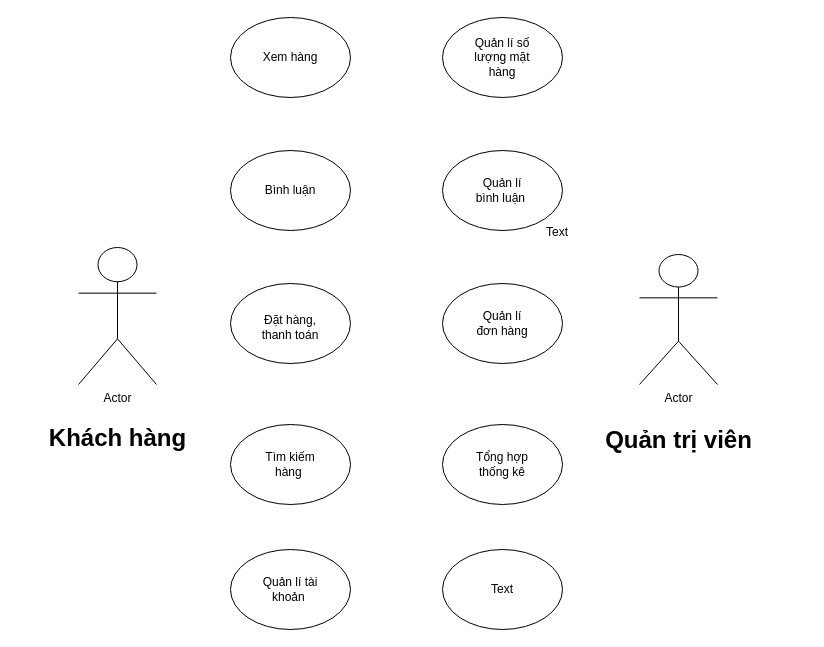
The draw.io diagram Biểu đồ không có tiêu đề.drawio in sonanhhandsome/sonanhhandsome, before the edit. Source tidied: cells renumbered, new cells numbered last; positions are measured from the earlier drawing's top-left corner, leaving out a move shared by most shapes. Both pictures are drawn from the tidied source at 100%, with x=0, y=0 at pixel (67, 17).
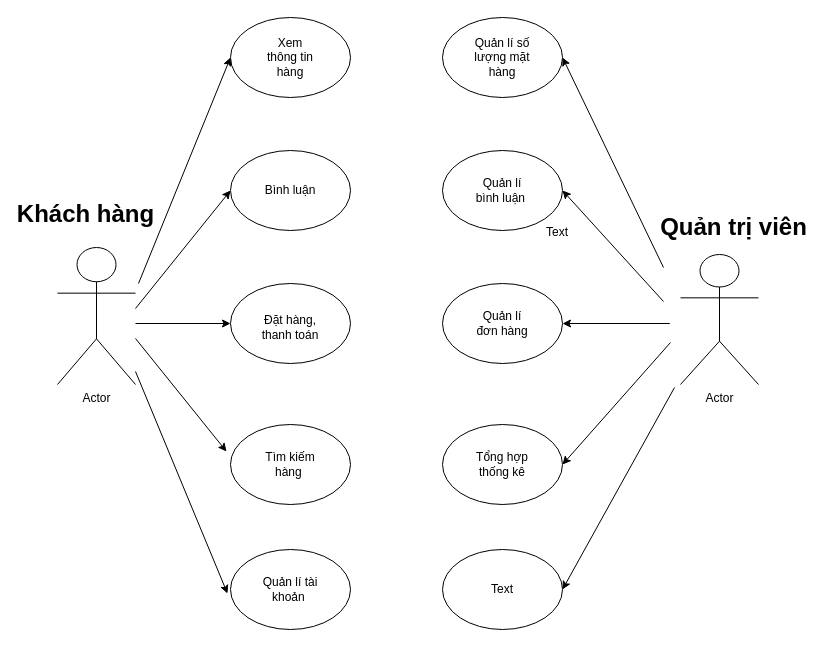
Above is the later version.

Commit message:
Cập nhật Biểu đồ không có tiêu đề.drawio

The change refers to these unchanged cells:
```xml
<mxCell id="6" style="ellipse;whiteSpace=wrap;html=1;" parent="1" vertex="1">
  <mxGeometry x="163" width="120" height="80" as="geometry" />
</mxCell>
<mxCell id="7" style="ellipse;whiteSpace=wrap;html=1;" parent="1" vertex="1">
  <mxGeometry x="163" y="133" width="120" height="80" as="geometry" />
</mxCell>
<mxCell id="8" style="ellipse;whiteSpace=wrap;html=1;" parent="1" vertex="1">
  <mxGeometry x="163" y="266" width="120" height="80" as="geometry" />
</mxCell>
<mxCell id="11" style="ellipse;whiteSpace=wrap;html=1;" parent="1" vertex="1">
  <mxGeometry x="375" width="120" height="80" as="geometry" />
</mxCell>
<mxCell id="12" style="ellipse;whiteSpace=wrap;html=1;" parent="1" vertex="1">
  <mxGeometry x="375" y="133" width="120" height="80" as="geometry" />
</mxCell>
<mxCell id="13" style="ellipse;whiteSpace=wrap;html=1;" parent="1" vertex="1">
  <mxGeometry x="375" y="266" width="120" height="80" as="geometry" />
</mxCell>
<mxCell id="14" style="ellipse;whiteSpace=wrap;html=1;" parent="1" vertex="1">
  <mxGeometry x="375" y="532" width="120" height="80" as="geometry" />
</mxCell>
<mxCell id="15" style="ellipse;whiteSpace=wrap;html=1;" parent="1" vertex="1">
  <mxGeometry x="375" y="407" width="120" height="80" as="geometry" />
</mxCell>
```

What changed in the source:
```diff
@@
     <mxCell id="2" value="Actor" style="shape=umlActor;verticalLabelPosition=bottom;verticalAlign=top;html=1;" parent="1" vertex="1">
-      <mxGeometry x="11" y="230" width="78" height="137" as="geometry" />
+      <mxGeometry x="-10" y="230" width="78" height="137" as="geometry" />
     </mxCell>
     <mxCell id="3" value="Actor" style="shape=umlActor;verticalLabelPosition=bottom;verticalAlign=top;html=1;" parent="1" vertex="1">
-      <mxGeometry x="572" y="237" width="78" height="130" as="geometry" />
+      <mxGeometry x="613" y="237" width="78" height="130" as="geometry" />
     </mxCell>
     <mxCell id="4" value="Khách hàng" style="text;strokeColor=none;fillColor=none;html=1;fontSize=24;fontStyle=1;verticalAlign=middle;align=center;" parent="1" vertex="1">
-      <mxGeometry y="401" width="100" height="40" as="geometry" />
+      <mxGeometry x="-32" y="177" width="100" height="40" as="geometry" />
     </mxCell>
     <mxCell id="5" value="Quản trị viên" style="text;strokeColor=none;fillColor=none;html=1;fontSize=24;fontStyle=1;verticalAlign=middle;align=center;" parent="1" vertex="1">
-      <mxGeometry x="561" y="403" width="100" height="40" as="geometry" />
+      <mxGeometry x="616" y="190" width="100" height="40" as="geometry" />
     </mxCell>
@@
-    <mxCell id="16" value="Xem hàng" style="text;html=1;strokeColor=none;fillColor=none;align=center;verticalAlign=middle;whiteSpace=wrap;rounded=0;" parent="1" vertex="1">
+    <mxCell id="16" value="Xem thông tin hàng" style="text;html=1;strokeColor=none;fillColor=none;align=center;verticalAlign=middle;whiteSpace=wrap;rounded=0;" parent="1" vertex="1">
       <mxGeometry x="193" y="25" width="60" height="30" as="geometry" />
     </mxCell>
@@
+    <mxCell id="29" style="endArrow=classic;html=1;rounded=0;entryX=0;entryY=0.5;entryDx=0;entryDy=0;" parent="1" edge="1" target="6">
+      <mxGeometry relative="1" as="geometry">
+        <mxPoint x="71" y="266" as="sourcePoint" />
+      </mxGeometry>
+    </mxCell>
+    <mxCell id="30" style="endArrow=classic;html=1;rounded=0;entryX=0;entryY=0.5;entryDx=0;entryDy=0;" parent="1" edge="1" target="7">
+      <mxGeometry relative="1" as="geometry">
+        <mxPoint x="68" y="291" as="sourcePoint" />
+      </mxGeometry>
+    </mxCell>
+    <mxCell id="31" style="endArrow=classic;html=1;rounded=0;entryX=0;entryY=0.5;entryDx=0;entryDy=0;" parent="1" edge="1" target="8">
+      <mxGeometry relative="1" as="geometry">
+        <mxPoint x="68" y="306" as="sourcePoint" />
+      </mxGeometry>
+    </mxCell>
+    <mxCell id="32" style="endArrow=classic;html=1;rounded=0;" parent="1" edge="1">
+      <mxGeometry relative="1" as="geometry">
+        <mxPoint x="68" y="321" as="sourcePoint" />
+        <mxPoint x="159" y="434" as="targetPoint" />
+      </mxGeometry>
+    </mxCell>
+    <mxCell id="33" style="endArrow=classic;html=1;rounded=0;" parent="1" edge="1">
+      <mxGeometry relative="1" as="geometry">
+        <mxPoint x="68" y="354" as="sourcePoint" />
+        <mxPoint x="160" y="576" as="targetPoint" />
+      </mxGeometry>
+    </mxCell>
+    <mxCell id="34" style="endArrow=classic;html=1;rounded=0;entryX=1;entryY=0.5;entryDx=0;entryDy=0;" parent="1" edge="1" target="13">
+      <mxGeometry relative="1" as="geometry">
+        <mxPoint x="578" y="306" as="sourcePoint" />
+        <Array as="points">
+          <mxPoint x="602" y="306" />
+        </Array>
+      </mxGeometry>
+    </mxCell>
+    <mxCell id="35" style="endArrow=classic;html=1;rounded=0;entryX=1;entryY=0.5;entryDx=0;entryDy=0;" parent="1" edge="1" target="12">
+      <mxGeometry relative="1" as="geometry">
+        <mxPoint x="596" y="284" as="sourcePoint" />
+      </mxGeometry>
+    </mxCell>
+    <mxCell id="36" style="endArrow=classic;html=1;rounded=0;entryX=1;entryY=0.5;entryDx=0;entryDy=0;" parent="1" edge="1" target="11">
+      <mxGeometry relative="1" as="geometry">
+        <mxPoint x="596" y="250" as="sourcePoint" />
+      </mxGeometry>
+    </mxCell>
+    <mxCell id="37" style="endArrow=classic;html=1;rounded=0;entryX=1;entryY=0.5;entryDx=0;entryDy=0;" parent="1" edge="1" target="15">
+      <mxGeometry relative="1" as="geometry">
+        <mxPoint x="603" y="325" as="sourcePoint" />
+      </mxGeometry>
+    </mxCell>
+    <mxCell id="38" style="endArrow=classic;html=1;rounded=0;entryX=1;entryY=0.5;entryDx=0;entryDy=0;" parent="1" edge="1" target="14">
+      <mxGeometry relative="1" as="geometry">
+        <mxPoint x="607" y="370" as="sourcePoint" />
+      </mxGeometry>
+    </mxCell>
```
